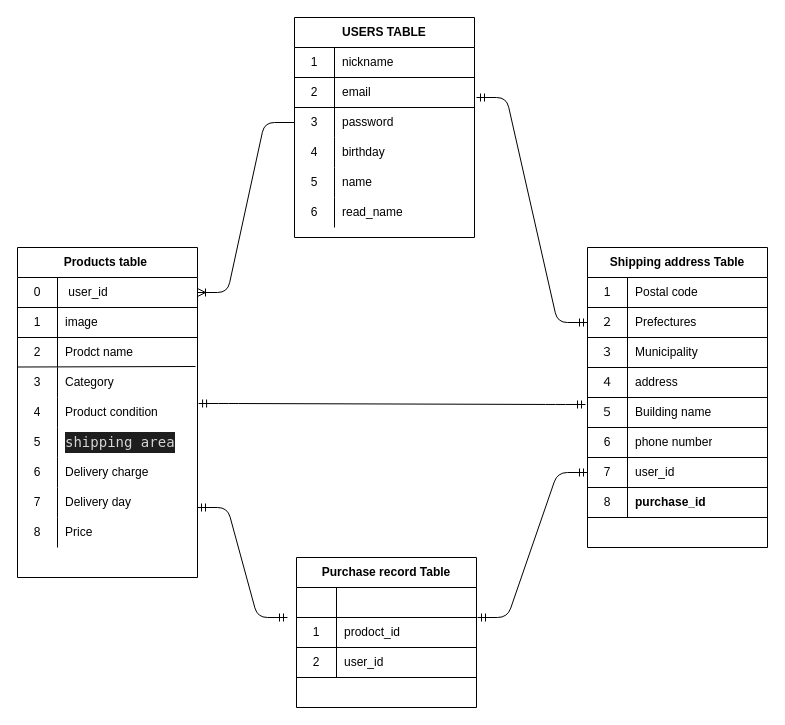
Before: Database design.dio in ryota-kanaumi/furima-34705, a draw.io diagram. Source tidied: cells renumbered, new cells numbered last; positions are measured from the earlier drawing's top-left corner, leaving out a move shared by most shapes. Both pictures are drawn from the tidied source at 100%, with x=0, y=0 at pixel (17, 17).
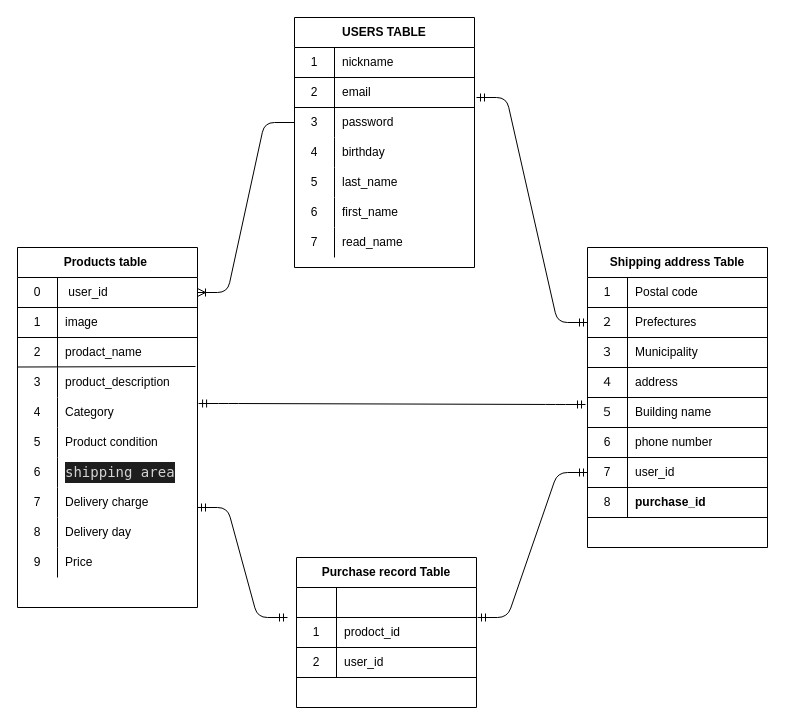
After the change.

Commit message (it also covers changes not shown here):
データベース設計の修正②

Unchanged cells that the change refers to:
```xml
<mxCell id="15" style="shape=partialRectangle;html=1;whiteSpace=wrap;fillColor=none;top=0;left=0;bottom=0;right=0;" parent="2" vertex="1">
  <mxGeometry y="150" width="180" height="30" as="geometry" />
</mxCell>
<mxCell id="28" style="shape=partialRectangle;html=1;whiteSpace=wrap;fillColor=none;top=0;left=0;bottom=0;right=0;" parent="21" vertex="1">
  <mxGeometry y="90" width="180" height="30" as="geometry" />
</mxCell>
<mxCell id="31" style="shape=partialRectangle;html=1;whiteSpace=wrap;fillColor=none;top=0;left=0;bottom=0;right=0;points=[[0,0.5],[1,0.5]];portConstraint=eastwest;" parent="21" vertex="1">
  <mxGeometry y="120" width="180" height="30" as="geometry" />
</mxCell>
<mxCell id="34" style="shape=partialRectangle;html=1;whiteSpace=wrap;fillColor=none;top=0;left=0;bottom=0;right=0;points=[[0,0.5],[1,0.5]];portConstraint=eastwest;" parent="21" vertex="1">
  <mxGeometry y="150" width="180" height="30" as="geometry" />
</mxCell>
```

Change to the diagram source:
```diff
@@
     <mxCell id="2" value="USERS TABLE" style="shape=table;html=1;whiteSpace=wrap;startSize=30;childLayout=tableLayout;rowLines=0;fontStyle=1;align=center;" parent="1" vertex="1">
-      <mxGeometry x="277" width="180" height="220" as="geometry" />
+      <mxGeometry x="277" width="180" height="250" as="geometry" />
     </mxCell>
@@
-    <mxCell id="17" value="name" style="shape=partialRectangle;html=1;whiteSpace=wrap;fillColor=none;top=0;left=0;bottom=0;right=0;align=left;spacingLeft=6;overflow=hidden;" parent="15" vertex="1">
+    <mxCell id="17" value="last_name" style="shape=partialRectangle;html=1;whiteSpace=wrap;fillColor=none;top=0;left=0;bottom=0;right=0;align=left;spacingLeft=6;overflow=hidden;" parent="15" vertex="1">
       <mxGeometry x="40" width="140" height="30" as="geometry" />
     </mxCell>
+    <mxCell id="90" style="shape=partialRectangle;html=1;whiteSpace=wrap;fillColor=none;top=0;left=0;bottom=0;right=0;" parent="2" vertex="1">
+      <mxGeometry y="180" width="180" height="30" as="geometry" />
+    </mxCell>
+    <mxCell id="91" value="6" style="shape=partialRectangle;html=1;whiteSpace=wrap;fillColor=none;top=0;left=0;bottom=0;right=0;overflow=hidden;" parent="90" vertex="1">
+      <mxGeometry width="40" height="30" as="geometry" />
+    </mxCell>
+    <mxCell id="92" value="first_name" style="shape=partialRectangle;html=1;whiteSpace=wrap;fillColor=none;top=0;left=0;bottom=0;right=0;align=left;spacingLeft=6;overflow=hidden;" parent="90" vertex="1">
+      <mxGeometry x="40" width="140" height="30" as="geometry" />
+    </mxCell>
     <mxCell id="18" style="shape=partialRectangle;html=1;whiteSpace=wrap;fillColor=none;top=0;left=0;bottom=0;right=0;" parent="2" vertex="1">
-      <mxGeometry y="180" width="180" height="30" as="geometry" />
+      <mxGeometry y="210" width="180" height="30" as="geometry" />
     </mxCell>
-    <mxCell id="19" value="6" style="shape=partialRectangle;html=1;whiteSpace=wrap;fillColor=none;top=0;left=0;bottom=0;right=0;overflow=hidden;" parent="18" vertex="1">
+    <mxCell id="19" value="7" style="shape=partialRectangle;html=1;whiteSpace=wrap;fillColor=none;top=0;left=0;bottom=0;right=0;overflow=hidden;" parent="18" vertex="1">
       <mxGeometry width="40" height="30" as="geometry" />
     </mxCell>
@@
     <mxCell id="21" value="Products table&amp;nbsp;" style="shape=table;html=1;whiteSpace=wrap;startSize=30;childLayout=tableLayout;rowLines=0;fontStyle=1;align=center;" parent="1" vertex="1">
-      <mxGeometry y="230" width="180" height="330" as="geometry" />
+      <mxGeometry y="230" width="180" height="360" as="geometry" />
     </mxCell>
@@
-    <mxCell id="30" value="Prodct name" style="shape=partialRectangle;html=1;whiteSpace=wrap;fillColor=none;top=0;left=0;bottom=0;right=0;align=left;spacingLeft=6;overflow=hidden;" parent="28" vertex="1">
+    <mxCell id="30" value="prodact_name" style="shape=partialRectangle;html=1;whiteSpace=wrap;fillColor=none;top=0;left=0;bottom=0;right=0;align=left;spacingLeft=6;overflow=hidden;" parent="28" vertex="1">
       <mxGeometry x="40" width="140" height="30" as="geometry" />
     </mxCell>
@@
-    <mxCell id="33" value="&lt;span&gt;Category&lt;/span&gt;" style="shape=partialRectangle;html=1;whiteSpace=wrap;fillColor=none;top=0;left=0;bottom=0;right=0;align=left;spacingLeft=6;overflow=hidden;flipH=1;" parent="31" vertex="1">
+    <mxCell id="33" value="product_description" style="shape=partialRectangle;html=1;whiteSpace=wrap;fillColor=none;top=0;left=0;bottom=0;right=0;align=left;spacingLeft=6;overflow=hidden;flipH=1;" parent="31" vertex="1">
       <mxGeometry x="40" width="140" height="30" as="geometry" />
     </mxCell>
@@
-    <mxCell id="36" value="Product condition" style="shape=partialRectangle;html=1;whiteSpace=wrap;fillColor=none;top=0;left=0;bottom=0;right=0;align=left;spacingLeft=6;overflow=hidden;" parent="34" vertex="1">
+    <mxCell id="36" value="&lt;span&gt;Category&lt;/span&gt;" style="shape=partialRectangle;html=1;whiteSpace=wrap;fillColor=none;top=0;left=0;bottom=0;right=0;align=left;spacingLeft=6;overflow=hidden;" parent="34" vertex="1">
       <mxGeometry x="40" width="140" height="30" as="geometry" />
     </mxCell>
+    <mxCell id="93" style="shape=partialRectangle;html=1;whiteSpace=wrap;fillColor=none;top=0;left=0;bottom=0;right=0;" parent="21" vertex="1">
+      <mxGeometry y="180" width="180" height="30" as="geometry" />
+    </mxCell>
+    <mxCell id="94" value="5" style="shape=partialRectangle;html=1;whiteSpace=wrap;fillColor=none;top=0;left=0;bottom=0;right=0;overflow=hidden;" parent="93" vertex="1">
+      <mxGeometry width="40" height="30" as="geometry" />
+    </mxCell>
+    <mxCell id="95" value="&lt;span&gt;Product condition&lt;/span&gt;" style="shape=partialRectangle;html=1;whiteSpace=wrap;fillColor=none;top=0;left=0;bottom=0;right=0;align=left;spacingLeft=6;overflow=hidden;" parent="93" vertex="1">
+      <mxGeometry x="40" width="140" height="30" as="geometry" />
+    </mxCell>
     <mxCell id="37" style="shape=partialRectangle;html=1;whiteSpace=wrap;fillColor=none;top=0;left=0;bottom=0;right=0;" parent="21" vertex="1">
-      <mxGeometry y="180" width="180" height="30" as="geometry" />
+      <mxGeometry y="210" width="180" height="30" as="geometry" />
     </mxCell>
-    <mxCell id="38" value="5" style="shape=partialRectangle;html=1;whiteSpace=wrap;fillColor=none;top=0;left=0;bottom=0;right=0;overflow=hidden;" parent="37" vertex="1">
+    <mxCell id="38" value="6" style="shape=partialRectangle;html=1;whiteSpace=wrap;fillColor=none;top=0;left=0;bottom=0;right=0;overflow=hidden;" parent="37" vertex="1">
       <mxGeometry width="40" height="30" as="geometry" />
     </mxCell>
@@
     <mxCell id="40" style="shape=partialRectangle;html=1;whiteSpace=wrap;fillColor=none;top=0;left=0;bottom=0;right=0;" parent="21" vertex="1">
-      <mxGeometry y="210" width="180" height="30" as="geometry" />
+      <mxGeometry y="240" width="180" height="30" as="geometry" />
     </mxCell>
-    <mxCell id="41" value="6" style="shape=partialRectangle;html=1;whiteSpace=wrap;fillColor=none;top=0;left=0;bottom=0;right=0;overflow=hidden;" parent="40" vertex="1">
+    <mxCell id="41" value="7" style="shape=partialRectangle;html=1;whiteSpace=wrap;fillColor=none;top=0;left=0;bottom=0;right=0;overflow=hidden;" parent="40" vertex="1">
       <mxGeometry width="40" height="30" as="geometry" />
     </mxCell>
@@
     <mxCell id="43" style="shape=partialRectangle;html=1;whiteSpace=wrap;fillColor=none;top=0;left=0;bottom=0;right=0;" parent="21" vertex="1">
-      <mxGeometry y="240" width="180" height="30" as="geometry" />
+      <mxGeometry y="270" width="180" height="30" as="geometry" />
     </mxCell>
-    <mxCell id="44" value="7" style="shape=partialRectangle;html=1;whiteSpace=wrap;fillColor=none;top=0;left=0;bottom=0;right=0;overflow=hidden;" parent="43" vertex="1">
+    <mxCell id="44" value="8" style="shape=partialRectangle;html=1;whiteSpace=wrap;fillColor=none;top=0;left=0;bottom=0;right=0;overflow=hidden;" parent="43" vertex="1">
       <mxGeometry width="40" height="30" as="geometry" />
     </mxCell>
@@
     <mxCell id="46" style="shape=partialRectangle;html=1;whiteSpace=wrap;fillColor=none;top=0;left=0;bottom=0;right=0;" parent="21" vertex="1">
-      <mxGeometry y="270" width="180" height="30" as="geometry" />
+      <mxGeometry y="300" width="180" height="30" as="geometry" />
     </mxCell>
-    <mxCell id="47" value="8" style="shape=partialRectangle;html=1;whiteSpace=wrap;fillColor=none;top=0;left=0;bottom=0;right=0;overflow=hidden;" parent="46" vertex="1">
+    <mxCell id="47" value="9" style="shape=partialRectangle;html=1;whiteSpace=wrap;fillColor=none;top=0;left=0;bottom=0;right=0;overflow=hidden;" parent="46" vertex="1">
       <mxGeometry width="40" height="30" as="geometry" />
     </mxCell>
```
